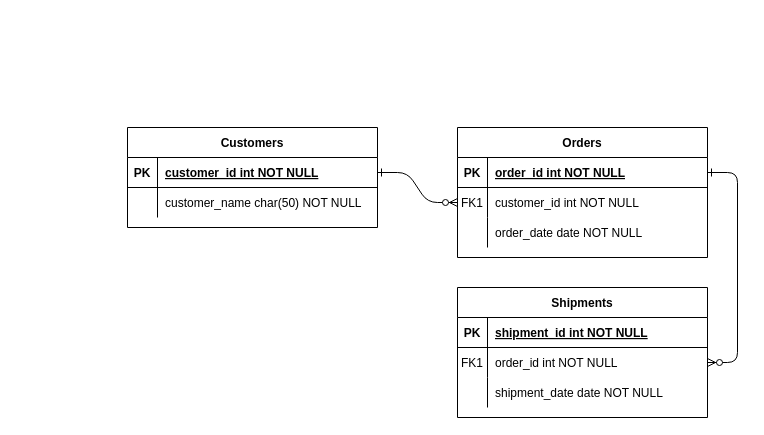
chantalmaskell/MySQL_RDBMS keeps this draw.io diagram as Untitled Diagram.drawio. Above is the earlier version. Source tidied: cells renumbered, new cells numbered last; positions are measured from the earlier drawing's top-left corner, leaving out a move shared by most shapes. Both pictures are drawn from the tidied source at 100%, with x=0, y=0 at pixel (127, 127).
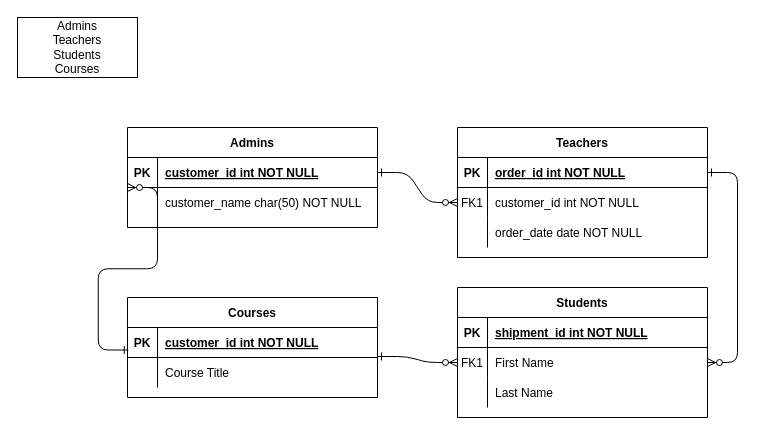
The same page after the edit.

Commit message:
Entity Relationship Diagram

Unchanged cells that the change refers to:
```xml
<mxCell id="18" style="shape=partialRectangle;fillColor=none;points=[[0,0.5],[1,0.5]];portConstraint=eastwest;top=0;left=0;right=0;bottom=0;" parent="14" vertex="1">
  <mxGeometry y="60" width="250" height="30" as="geometry" />
</mxCell>
<mxCell id="21" style="shape=partialRectangle;fillColor=none;top=0;left=0;right=0;bottom=0;" parent="14" vertex="1">
  <mxGeometry y="90" width="250" height="30" as="geometry" />
</mxCell>
<mxCell id="28" style="shape=partialRectangle;fillColor=none;points=[[0,0.5],[1,0.5]];portConstraint=eastwest;top=0;left=0;right=0;bottom=0;" parent="24" vertex="1">
  <mxGeometry y="60" width="250" height="30" as="geometry" />
</mxCell>
```

The edit, as a diff of the source:
```diff
@@
-    <mxCell id="4" value="Orders" style="shape=table;startSize=30;childLayout=tableLayout;rowLines=0;fontStyle=1;align=center;" parent="1" vertex="1">
+    <mxCell id="4" value="Teachers" style="shape=table;startSize=30;childLayout=tableLayout;rowLines=0;fontStyle=1;align=center;" parent="1" vertex="1">
       <mxGeometry x="330" width="250" height="130" as="geometry" />
     </mxCell>
@@
-    <mxCell id="14" value="Shipments" style="shape=table;startSize=30;childLayout=tableLayout;rowLines=0;fontStyle=1;align=center;" parent="1" vertex="1">
+    <mxCell id="14" value="Students" style="shape=table;startSize=30;childLayout=tableLayout;rowLines=0;fontStyle=1;align=center;" parent="1" vertex="1">
       <mxGeometry x="330" y="160" width="250" height="130" as="geometry" />
     </mxCell>
@@
-    <mxCell id="20" value="order_id int NOT NULL" style="shape=partialRectangle;overflow=hidden;fillColor=none;top=0;left=0;bottom=0;right=0;align=left;spacingLeft=6;" parent="18" vertex="1">
+    <mxCell id="20" value="First Name" style="shape=partialRectangle;overflow=hidden;fillColor=none;top=0;left=0;bottom=0;right=0;align=left;spacingLeft=6;" parent="18" vertex="1">
       <mxGeometry x="30" width="220" height="30" as="geometry" />
     </mxCell>
@@
-    <mxCell id="23" value="shipment_date date NOT NULL" style="shape=partialRectangle;overflow=hidden;fillColor=none;top=0;left=0;bottom=0;right=0;align=left;spacingLeft=6;" parent="21" vertex="1">
+    <mxCell id="23" value="Last Name" style="shape=partialRectangle;overflow=hidden;fillColor=none;top=0;left=0;bottom=0;right=0;align=left;spacingLeft=6;" parent="21" vertex="1">
       <mxGeometry x="30" width="220" height="30" as="geometry" />
     </mxCell>
-    <mxCell id="24" value="Customers" style="shape=table;startSize=30;childLayout=tableLayout;rowLines=0;fontStyle=1;align=center;" parent="1" vertex="1">
+    <mxCell id="24" value="Admins" style="shape=table;startSize=30;childLayout=tableLayout;rowLines=0;fontStyle=1;align=center;" parent="1" vertex="1">
       <mxGeometry width="250" height="100" as="geometry" />
     </mxCell>
@@
+    <mxCell id="31" value="Courses" style="shape=table;startSize=30;childLayout=tableLayout;rowLines=0;fontStyle=1;align=center;" parent="1" vertex="1">
+      <mxGeometry y="170" width="250" height="100" as="geometry" />
+    </mxCell>
+    <mxCell id="32" style="shape=partialRectangle;fillColor=none;points=[[0,0.5],[1,0.5]];portConstraint=eastwest;top=0;left=0;right=0;bottom=1;" parent="31" vertex="1">
+      <mxGeometry y="30" width="250" height="30" as="geometry" />
+    </mxCell>
+    <mxCell id="33" value="PK" style="shape=partialRectangle;overflow=hidden;fillColor=none;top=0;left=0;bottom=0;right=0;fontStyle=1;" parent="32" vertex="1">
+      <mxGeometry width="30" height="30" as="geometry" />
+    </mxCell>
+    <mxCell id="34" value="customer_id int NOT NULL " style="shape=partialRectangle;overflow=hidden;fillColor=none;top=0;left=0;bottom=0;right=0;align=left;spacingLeft=6;fontStyle=5;" parent="32" vertex="1">
+      <mxGeometry x="30" width="220" height="30" as="geometry" />
+    </mxCell>
+    <mxCell id="35" style="shape=partialRectangle;fillColor=none;top=0;left=0;right=0;bottom=0;" parent="31" vertex="1">
+      <mxGeometry y="60" width="250" height="30" as="geometry" />
+    </mxCell>
+    <mxCell id="36" style="shape=partialRectangle;overflow=hidden;fillColor=none;top=0;left=0;bottom=0;right=0;" parent="35" vertex="1">
+      <mxGeometry width="30" height="30" as="geometry" />
+    </mxCell>
+    <mxCell id="37" value="Course Title" style="shape=partialRectangle;overflow=hidden;fillColor=none;top=0;left=0;bottom=0;right=0;align=left;spacingLeft=6;" parent="35" vertex="1">
+      <mxGeometry x="30" width="220" height="30" as="geometry" />
+    </mxCell>
+    <mxCell id="38" value="Admins&lt;br&gt;Teachers&lt;br&gt;Students&lt;br&gt;Courses" style="rounded=0;whiteSpace=wrap;html=1;" parent="1" vertex="1">
+      <mxGeometry x="-110" y="-110" width="120" height="60" as="geometry" />
+    </mxCell>
+    <mxCell id="39" style="edgeStyle=entityRelationEdgeStyle;endArrow=ERzeroToMany;startArrow=ERone;endFill=1;startFill=0;" parent="1" edge="1">
+      <mxGeometry relative="1" as="geometry">
+        <mxPoint x="250" y="229" as="sourcePoint" />
+        <mxPoint x="330" y="235" as="targetPoint" />
+      </mxGeometry>
+    </mxCell>
+    <mxCell id="40" style="edgeStyle=entityRelationEdgeStyle;endArrow=ERzeroToMany;startArrow=ERone;endFill=1;startFill=0;entryX=0;entryY=0;entryDx=0;entryDy=0;entryPerimeter=0;exitX=0.003;exitY=0.751;exitDx=0;exitDy=0;exitPerimeter=0;" parent="1" edge="1" source="32" target="28">
+      <mxGeometry relative="1" as="geometry" />
+    </mxCell>
```
